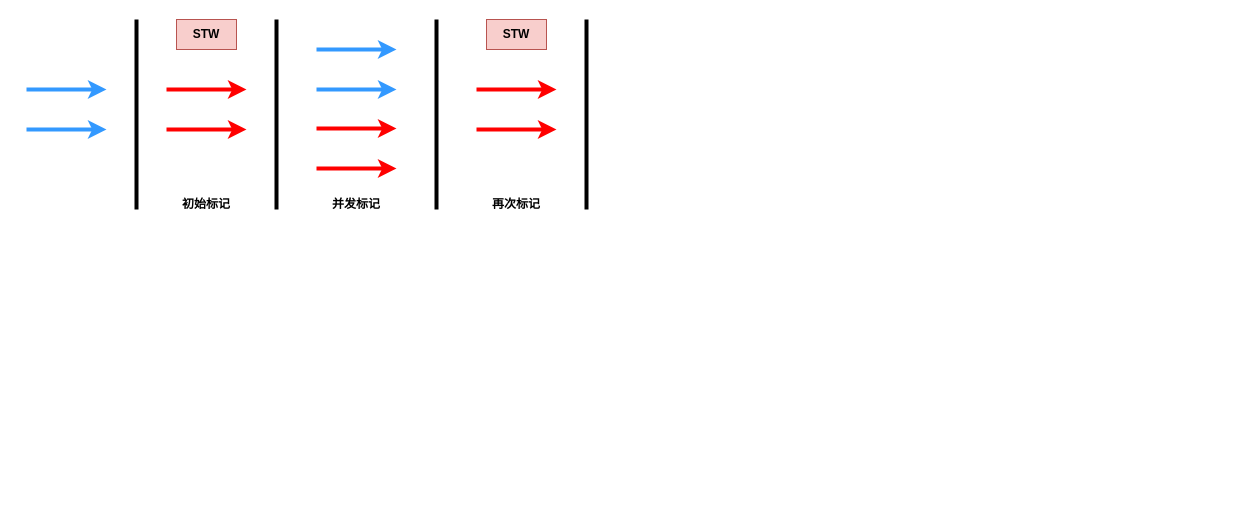
The draw.io diagram jvm/ZGC.drawio in thebesteric/draw.io, before the edit. Source tidied: cells renumbered, new cells numbered last; positions are measured from the earlier drawing's top-left corner, leaving out a move shared by most shapes. Both pictures are drawn from the tidied source at 100%, with x=0, y=0 at pixel (26, 19).
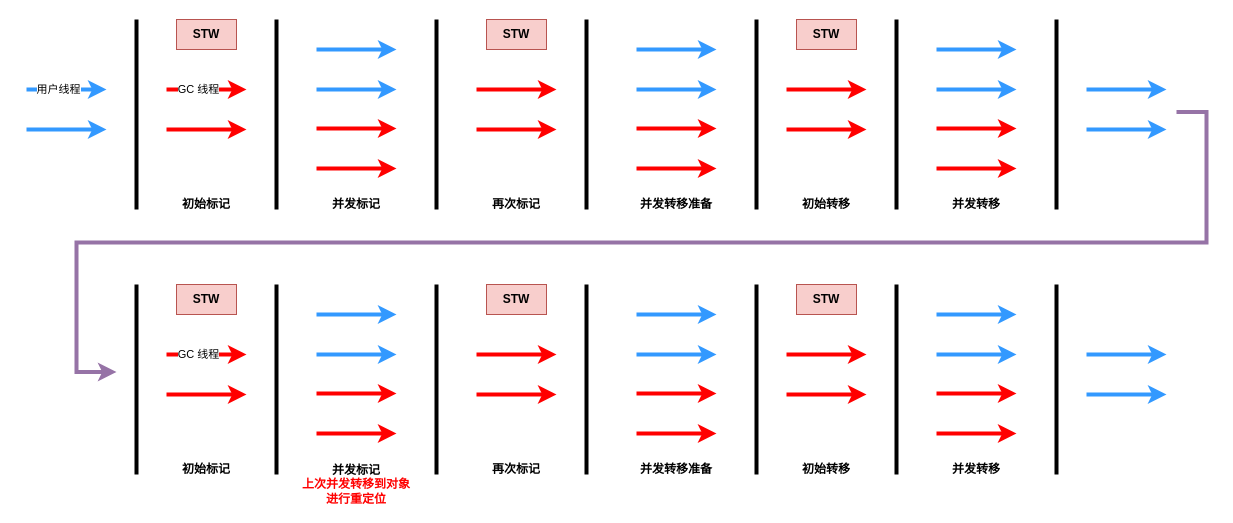
The same diagram, later.

The change refers to these unchanged cells:
```xml
<mxCell id="2" style="endArrow=classic;html=1;rounded=0;fontColor=#3399FF;strokeWidth=4;strokeColor=#3399FF;" parent="1" edge="1">
  <mxGeometry relative="1" as="geometry">
    <mxPoint y="70" as="sourcePoint" />
    <mxPoint x="80" y="70" as="targetPoint" />
  </mxGeometry>
</mxCell>
<mxCell id="5" style="endArrow=classic;html=1;rounded=0;fontColor=#3399FF;strokeWidth=4;strokeColor=#FF0000;" parent="1" edge="1">
  <mxGeometry relative="1" as="geometry">
    <mxPoint x="140" y="70" as="sourcePoint" />
    <mxPoint x="220" y="70" as="targetPoint" />
  </mxGeometry>
</mxCell>
```

Diff of the diagram source:
```diff
@@
+    <mxCell id="21" value="用户线程" style="edgeLabel;html=1;align=center;verticalAlign=middle;fontColor=#000000;" parent="2" vertex="1">
+      <mxGeometry x="-0.33" relative="1" as="geometry">
+        <mxPoint x="4" y="-1" as="offset" />
+      </mxGeometry>
+    </mxCell>
@@
+    <mxCell id="22" value="GC 线程" style="edgeLabel;html=1;align=center;verticalAlign=middle;fontColor=#000000;" parent="5" vertex="1">
+      <mxGeometry x="-0.17" y="-2" relative="1" as="geometry">
+        <mxPoint x="-2" y="-3" as="offset" />
+      </mxGeometry>
+    </mxCell>
@@
+    <mxCell id="23" style="edgeStyle=orthogonalEdgeStyle;rounded=0;orthogonalLoop=1;jettySize=auto;html=1;fontColor=#FF0000;strokeColor=#9673a6;strokeWidth=4;entryX=0;entryY=0.5;entryDx=0;entryDy=0;exitX=1;exitY=0.5;exitDx=0;exitDy=0;fillColor=#e1d5e7;" parent="1" edge="1">
+      <mxGeometry relative="1" as="geometry">
+        <mxPoint x="1150" y="92.5" as="sourcePoint" />
+        <mxPoint x="90" y="352.5" as="targetPoint" />
+        <Array as="points">
+          <mxPoint x="1180" y="93" />
+          <mxPoint x="1180" y="223" />
+          <mxPoint x="50" y="223" />
+          <mxPoint x="50" y="353" />
+        </Array>
+      </mxGeometry>
+    </mxCell>
@@
+    <mxCell id="24" style="endArrow=classic;html=1;rounded=0;fontColor=#3399FF;strokeWidth=4;strokeColor=#3399FF;" parent="1" edge="1">
+      <mxGeometry relative="1" as="geometry">
+        <mxPoint x="610" y="30" as="sourcePoint" />
+        <mxPoint x="690" y="30" as="targetPoint" />
+      </mxGeometry>
+    </mxCell>
+    <mxCell id="25" style="endArrow=classic;html=1;rounded=0;fontColor=#3399FF;strokeWidth=4;strokeColor=#3399FF;" parent="1" edge="1">
+      <mxGeometry relative="1" as="geometry">
+        <mxPoint x="610" y="70" as="sourcePoint" />
+        <mxPoint x="690" y="70" as="targetPoint" />
+      </mxGeometry>
+    </mxCell>
+    <mxCell id="26" style="endArrow=classic;html=1;rounded=0;fontColor=#3399FF;strokeWidth=4;strokeColor=#FF0000;" parent="1" edge="1">
+      <mxGeometry relative="1" as="geometry">
+        <mxPoint x="610" y="109" as="sourcePoint" />
+        <mxPoint x="690" y="109" as="targetPoint" />
+      </mxGeometry>
+    </mxCell>
+    <mxCell id="27" style="endArrow=classic;html=1;rounded=0;fontColor=#3399FF;strokeWidth=4;strokeColor=#FF0000;" parent="1" edge="1">
+      <mxGeometry relative="1" as="geometry">
+        <mxPoint x="610" y="149" as="sourcePoint" />
+        <mxPoint x="690" y="149" as="targetPoint" />
+      </mxGeometry>
+    </mxCell>
+    <mxCell id="28" style="endArrow=none;html=1;rounded=0;fontColor=#3399FF;strokeColor=#000000;strokeWidth=4;" parent="1" edge="1">
+      <mxGeometry relative="1" as="geometry">
+        <mxPoint x="730" y="190" as="sourcePoint" />
+        <mxPoint x="730" as="targetPoint" />
+      </mxGeometry>
+    </mxCell>
+    <mxCell id="29" value="并发转移准备" style="text;html=1;strokeColor=none;fillColor=none;align=center;verticalAlign=middle;whiteSpace=wrap;rounded=0;fontColor=#000000;fontStyle=1;" parent="1" vertex="1">
+      <mxGeometry x="610" y="170" width="80" height="30" as="geometry" />
+    </mxCell>
+    <mxCell id="30" style="endArrow=classic;html=1;rounded=0;fontColor=#3399FF;strokeWidth=4;strokeColor=#FF0000;" parent="1" edge="1">
+      <mxGeometry relative="1" as="geometry">
+        <mxPoint x="760" y="70" as="sourcePoint" />
+        <mxPoint x="840" y="70" as="targetPoint" />
+      </mxGeometry>
+    </mxCell>
+    <mxCell id="31" style="endArrow=classic;html=1;rounded=0;fontColor=#3399FF;strokeWidth=4;strokeColor=#FF0000;" parent="1" edge="1">
+      <mxGeometry relative="1" as="geometry">
+        <mxPoint x="760" y="110" as="sourcePoint" />
+        <mxPoint x="840" y="110" as="targetPoint" />
+      </mxGeometry>
+    </mxCell>
+    <mxCell id="32" style="endArrow=none;html=1;rounded=0;fontColor=#3399FF;strokeColor=#000000;strokeWidth=4;" parent="1" edge="1">
+      <mxGeometry relative="1" as="geometry">
+        <mxPoint x="870" y="190" as="sourcePoint" />
+        <mxPoint x="870" as="targetPoint" />
+      </mxGeometry>
+    </mxCell>
+    <mxCell id="33" value="初始转移" style="text;html=1;strokeColor=none;fillColor=none;align=center;verticalAlign=middle;whiteSpace=wrap;rounded=0;fontColor=#000000;fontStyle=1;" parent="1" vertex="1">
+      <mxGeometry x="770" y="170" width="60" height="30" as="geometry" />
+    </mxCell>
+    <mxCell id="34" value="STW" style="text;html=1;strokeColor=#b85450;fillColor=#f8cecc;align=center;verticalAlign=middle;whiteSpace=wrap;rounded=0;fontStyle=1;" parent="1" vertex="1">
+      <mxGeometry x="770" width="60" height="30" as="geometry" />
+    </mxCell>
+    <mxCell id="35" style="endArrow=classic;html=1;rounded=0;fontColor=#3399FF;strokeWidth=4;strokeColor=#3399FF;" parent="1" edge="1">
+      <mxGeometry relative="1" as="geometry">
+        <mxPoint x="910" y="30" as="sourcePoint" />
+        <mxPoint x="990" y="30" as="targetPoint" />
+      </mxGeometry>
+    </mxCell>
+    <mxCell id="36" style="endArrow=classic;html=1;rounded=0;fontColor=#3399FF;strokeWidth=4;strokeColor=#3399FF;" parent="1" edge="1">
+      <mxGeometry relative="1" as="geometry">
+        <mxPoint x="910" y="70" as="sourcePoint" />
+        <mxPoint x="990" y="70" as="targetPoint" />
+      </mxGeometry>
+    </mxCell>
+    <mxCell id="37" style="endArrow=classic;html=1;rounded=0;fontColor=#3399FF;strokeWidth=4;strokeColor=#FF0000;" parent="1" edge="1">
+      <mxGeometry relative="1" as="geometry">
+        <mxPoint x="910" y="109" as="sourcePoint" />
+        <mxPoint x="990" y="109" as="targetPoint" />
+      </mxGeometry>
+    </mxCell>
+    <mxCell id="38" style="endArrow=classic;html=1;rounded=0;fontColor=#3399FF;strokeWidth=4;strokeColor=#FF0000;" parent="1" edge="1">
+      <mxGeometry relative="1" as="geometry">
+        <mxPoint x="910" y="149" as="sourcePoint" />
+        <mxPoint x="990" y="149" as="targetPoint" />
+      </mxGeometry>
+    </mxCell>
+    <mxCell id="39" style="endArrow=none;html=1;rounded=0;fontColor=#3399FF;strokeColor=#000000;strokeWidth=4;" parent="1" edge="1">
+      <mxGeometry relative="1" as="geometry">
+        <mxPoint x="1030" y="190" as="sourcePoint" />
+        <mxPoint x="1030" as="targetPoint" />
+      </mxGeometry>
+    </mxCell>
+    <mxCell id="40" value="并发转移" style="text;html=1;strokeColor=none;fillColor=none;align=center;verticalAlign=middle;whiteSpace=wrap;rounded=0;fontColor=#000000;fontStyle=1;" parent="1" vertex="1">
+      <mxGeometry x="910" y="170" width="80" height="30" as="geometry" />
+    </mxCell>
+    <mxCell id="41" style="endArrow=classic;html=1;rounded=0;fontColor=#3399FF;strokeWidth=4;strokeColor=#3399FF;" parent="1" edge="1">
+      <mxGeometry relative="1" as="geometry">
+        <mxPoint x="1060" y="70" as="sourcePoint" />
+        <mxPoint x="1140" y="70" as="targetPoint" />
+      </mxGeometry>
+    </mxCell>
+    <mxCell id="42" style="endArrow=classic;html=1;rounded=0;fontColor=#3399FF;strokeWidth=4;strokeColor=#3399FF;" parent="1" edge="1">
+      <mxGeometry relative="1" as="geometry">
+        <mxPoint x="1060" y="110" as="sourcePoint" />
+        <mxPoint x="1140" y="110" as="targetPoint" />
+      </mxGeometry>
+    </mxCell>
+    <mxCell id="43" style="endArrow=none;html=1;rounded=0;fontColor=#3399FF;strokeColor=#000000;strokeWidth=4;" parent="1" edge="1">
+      <mxGeometry relative="1" as="geometry">
+        <mxPoint x="110" y="455" as="sourcePoint" />
+        <mxPoint x="110" y="265" as="targetPoint" />
+      </mxGeometry>
+    </mxCell>
+    <mxCell id="44" style="endArrow=classic;html=1;rounded=0;fontColor=#3399FF;strokeWidth=4;strokeColor=#FF0000;" parent="1" edge="1">
+      <mxGeometry relative="1" as="geometry">
+        <mxPoint x="140" y="335" as="sourcePoint" />
+        <mxPoint x="220" y="335" as="targetPoint" />
+      </mxGeometry>
+    </mxCell>
+    <mxCell id="45" value="GC 线程" style="edgeLabel;html=1;align=center;verticalAlign=middle;fontColor=#000000;" parent="44" vertex="1">
+      <mxGeometry x="-0.17" y="-2" relative="1" as="geometry">
+        <mxPoint x="-2" y="-3" as="offset" />
+      </mxGeometry>
+    </mxCell>
+    <mxCell id="46" style="endArrow=classic;html=1;rounded=0;fontColor=#3399FF;strokeWidth=4;strokeColor=#FF0000;" parent="1" edge="1">
+      <mxGeometry relative="1" as="geometry">
+        <mxPoint x="140" y="375" as="sourcePoint" />
+        <mxPoint x="220" y="375" as="targetPoint" />
+      </mxGeometry>
+    </mxCell>
+    <mxCell id="47" style="endArrow=none;html=1;rounded=0;fontColor=#3399FF;strokeColor=#000000;strokeWidth=4;" parent="1" edge="1">
+      <mxGeometry relative="1" as="geometry">
+        <mxPoint x="250" y="455" as="sourcePoint" />
+        <mxPoint x="250" y="265" as="targetPoint" />
+      </mxGeometry>
+    </mxCell>
+    <mxCell id="48" value="初始标记" style="text;html=1;strokeColor=none;fillColor=none;align=center;verticalAlign=middle;whiteSpace=wrap;rounded=0;fontColor=#000000;fontStyle=1;" parent="1" vertex="1">
+      <mxGeometry x="150" y="435" width="60" height="30" as="geometry" />
+    </mxCell>
+    <mxCell id="49" value="STW" style="text;html=1;strokeColor=#b85450;fillColor=#f8cecc;align=center;verticalAlign=middle;whiteSpace=wrap;rounded=0;fontStyle=1;" parent="1" vertex="1">
+      <mxGeometry x="150" y="265" width="60" height="30" as="geometry" />
+    </mxCell>
+    <mxCell id="50" style="endArrow=classic;html=1;rounded=0;fontColor=#3399FF;strokeWidth=4;strokeColor=#3399FF;" parent="1" edge="1">
+      <mxGeometry relative="1" as="geometry">
+        <mxPoint x="290" y="295" as="sourcePoint" />
+        <mxPoint x="370" y="295" as="targetPoint" />
+      </mxGeometry>
+    </mxCell>
+    <mxCell id="51" style="endArrow=classic;html=1;rounded=0;fontColor=#3399FF;strokeWidth=4;strokeColor=#3399FF;" parent="1" edge="1">
+      <mxGeometry relative="1" as="geometry">
+        <mxPoint x="290" y="335" as="sourcePoint" />
+        <mxPoint x="370" y="335" as="targetPoint" />
+      </mxGeometry>
+    </mxCell>
+    <mxCell id="52" style="endArrow=classic;html=1;rounded=0;fontColor=#3399FF;strokeWidth=4;strokeColor=#FF0000;" parent="1" edge="1">
+      <mxGeometry relative="1" as="geometry">
+        <mxPoint x="290" y="374" as="sourcePoint" />
+        <mxPoint x="370" y="374" as="targetPoint" />
+      </mxGeometry>
+    </mxCell>
+    <mxCell id="53" style="endArrow=classic;html=1;rounded=0;fontColor=#3399FF;strokeWidth=4;strokeColor=#FF0000;" parent="1" edge="1">
+      <mxGeometry relative="1" as="geometry">
+        <mxPoint x="290" y="414" as="sourcePoint" />
+        <mxPoint x="370" y="414" as="targetPoint" />
+      </mxGeometry>
+    </mxCell>
+    <mxCell id="54" style="endArrow=none;html=1;rounded=0;fontColor=#3399FF;strokeColor=#000000;strokeWidth=4;" parent="1" edge="1">
+      <mxGeometry relative="1" as="geometry">
+        <mxPoint x="410" y="455" as="sourcePoint" />
+        <mxPoint x="410" y="265" as="targetPoint" />
+      </mxGeometry>
+    </mxCell>
+    <mxCell id="55" value="并发标记&lt;br&gt;&lt;font color=&quot;#ff0000&quot;&gt;上次并发转移到对象&lt;br&gt;进行重定位&lt;/font&gt;" style="text;html=1;strokeColor=none;fillColor=none;align=center;verticalAlign=middle;whiteSpace=wrap;rounded=0;fontColor=#000000;fontStyle=1;" parent="1" vertex="1">
+      <mxGeometry x="240" y="450" width="180" height="30" as="geometry" />
+    </mxCell>
+    <mxCell id="56" style="endArrow=classic;html=1;rounded=0;fontColor=#3399FF;strokeWidth=4;strokeColor=#FF0000;" parent="1" edge="1">
+      <mxGeometry relative="1" as="geometry">
+        <mxPoint x="450" y="335" as="sourcePoint" />
+        <mxPoint x="530" y="335" as="targetPoint" />
+      </mxGeometry>
+    </mxCell>
+    <mxCell id="57" style="endArrow=classic;html=1;rounded=0;fontColor=#3399FF;strokeWidth=4;strokeColor=#FF0000;" parent="1" edge="1">
+      <mxGeometry relative="1" as="geometry">
+        <mxPoint x="450" y="375" as="sourcePoint" />
+        <mxPoint x="530" y="375" as="targetPoint" />
+      </mxGeometry>
+    </mxCell>
+    <mxCell id="58" style="endArrow=none;html=1;rounded=0;fontColor=#3399FF;strokeColor=#000000;strokeWidth=4;" parent="1" edge="1">
+      <mxGeometry relative="1" as="geometry">
+        <mxPoint x="560" y="455" as="sourcePoint" />
+        <mxPoint x="560" y="265" as="targetPoint" />
+      </mxGeometry>
+    </mxCell>
+    <mxCell id="59" value="再次标记" style="text;html=1;strokeColor=none;fillColor=none;align=center;verticalAlign=middle;whiteSpace=wrap;rounded=0;fontColor=#000000;fontStyle=1;" parent="1" vertex="1">
+      <mxGeometry x="460" y="435" width="60" height="30" as="geometry" />
+    </mxCell>
+    <mxCell id="60" value="STW" style="text;html=1;strokeColor=#b85450;fillColor=#f8cecc;align=center;verticalAlign=middle;whiteSpace=wrap;rounded=0;fontStyle=1;" parent="1" vertex="1">
+      <mxGeometry x="460" y="265" width="60" height="30" as="geometry" />
+    </mxCell>
+    <mxCell id="61" style="endArrow=classic;html=1;rounded=0;fontColor=#3399FF;strokeWidth=4;strokeColor=#3399FF;" parent="1" edge="1">
+      <mxGeometry relative="1" as="geometry">
+        <mxPoint x="610" y="295" as="sourcePoint" />
+        <mxPoint x="690" y="295" as="targetPoint" />
+      </mxGeometry>
+    </mxCell>
+    <mxCell id="62" style="endArrow=classic;html=1;rounded=0;fontColor=#3399FF;strokeWidth=4;strokeColor=#3399FF;" parent="1" edge="1">
+      <mxGeometry relative="1" as="geometry">
+        <mxPoint x="610" y="335" as="sourcePoint" />
+        <mxPoint x="690" y="335" as="targetPoint" />
+      </mxGeometry>
+    </mxCell>
+    <mxCell id="63" style="endArrow=classic;html=1;rounded=0;fontColor=#3399FF;strokeWidth=4;strokeColor=#FF0000;" parent="1" edge="1">
+      <mxGeometry relative="1" as="geometry">
+        <mxPoint x="610" y="374" as="sourcePoint" />
+        <mxPoint x="690" y="374" as="targetPoint" />
+      </mxGeometry>
+    </mxCell>
+    <mxCell id="64" style="endArrow=classic;html=1;rounded=0;fontColor=#3399FF;strokeWidth=4;strokeColor=#FF0000;" parent="1" edge="1">
+      <mxGeometry relative="1" as="geometry">
+        <mxPoint x="610" y="414" as="sourcePoint" />
+        <mxPoint x="690" y="414" as="targetPoint" />
+      </mxGeometry>
+    </mxCell>
+    <mxCell id="65" style="endArrow=none;html=1;rounded=0;fontColor=#3399FF;strokeColor=#000000;strokeWidth=4;" parent="1" edge="1">
+      <mxGeometry relative="1" as="geometry">
+        <mxPoint x="730" y="455" as="sourcePoint" />
+        <mxPoint x="730" y="265" as="targetPoint" />
+      </mxGeometry>
+    </mxCell>
+    <mxCell id="66" value="并发转移准备" style="text;html=1;strokeColor=none;fillColor=none;align=center;verticalAlign=middle;whiteSpace=wrap;rounded=0;fontColor=#000000;fontStyle=1;" parent="1" vertex="1">
+      <mxGeometry x="610" y="435" width="80" height="30" as="geometry" />
+    </mxCell>
+    <mxCell id="67" style="endArrow=classic;html=1;rounded=0;fontColor=#3399FF;strokeWidth=4;strokeColor=#FF0000;" parent="1" edge="1">
+      <mxGeometry relative="1" as="geometry">
+        <mxPoint x="760" y="335" as="sourcePoint" />
+        <mxPoint x="840" y="335" as="targetPoint" />
+      </mxGeometry>
+    </mxCell>
+    <mxCell id="68" style="endArrow=classic;html=1;rounded=0;fontColor=#3399FF;strokeWidth=4;strokeColor=#FF0000;" parent="1" edge="1">
+      <mxGeometry relative="1" as="geometry">
+        <mxPoint x="760" y="375" as="sourcePoint" />
+        <mxPoint x="840" y="375" as="targetPoint" />
+      </mxGeometry>
+    </mxCell>
+    <mxCell id="69" style="endArrow=none;html=1;rounded=0;fontColor=#3399FF;strokeColor=#000000;strokeWidth=4;" parent="1" edge="1">
+      <mxGeometry relative="1" as="geometry">
+        <mxPoint x="870" y="455" as="sourcePoint" />
+        <mxPoint x="870" y="265" as="targetPoint" />
+      </mxGeometry>
+    </mxCell>
+    <mxCell id="70" value="初始转移" style="text;html=1;strokeColor=none;fillColor=none;align=center;verticalAlign=middle;whiteSpace=wrap;rounded=0;fontColor=#000000;fontStyle=1;" parent="1" vertex="1">
+      <mxGeometry x="770" y="435" width="60" height="30" as="geometry" />
+    </mxCell>
+    <mxCell id="71" value="STW" style="text;html=1;strokeColor=#b85450;fillColor=#f8cecc;align=center;verticalAlign=middle;whiteSpace=wrap;rounded=0;fontStyle=1;" parent="1" vertex="1">
+      <mxGeometry x="770" y="265" width="60" height="30" as="geometry" />
+    </mxCell>
+    <mxCell id="72" style="endArrow=classic;html=1;rounded=0;fontColor=#3399FF;strokeWidth=4;strokeColor=#3399FF;" parent="1" edge="1">
+      <mxGeometry relative="1" as="geometry">
+        <mxPoint x="910" y="295" as="sourcePoint" />
+        <mxPoint x="990" y="295" as="targetPoint" />
+      </mxGeometry>
+    </mxCell>
+    <mxCell id="73" style="endArrow=classic;html=1;rounded=0;fontColor=#3399FF;strokeWidth=4;strokeColor=#3399FF;" parent="1" edge="1">
+      <mxGeometry relative="1" as="geometry">
+        <mxPoint x="910" y="335" as="sourcePoint" />
+        <mxPoint x="990" y="335" as="targetPoint" />
+      </mxGeometry>
+    </mxCell>
+    <mxCell id="74" style="endArrow=classic;html=1;rounded=0;fontColor=#3399FF;strokeWidth=4;strokeColor=#FF0000;" parent="1" edge="1">
+      <mxGeometry relative="1" as="geometry">
+        <mxPoint x="910" y="374" as="sourcePoint" />
+        <mxPoint x="990" y="374" as="targetPoint" />
+      </mxGeometry>
+    </mxCell>
+    <mxCell id="75" style="endArrow=classic;html=1;rounded=0;fontColor=#3399FF;strokeWidth=4;strokeColor=#FF0000;" parent="1" edge="1">
+      <mxGeometry relative="1" as="geometry">
+        <mxPoint x="910" y="414" as="sourcePoint" />
+        <mxPoint x="990" y="414" as="targetPoint" />
+      </mxGeometry>
+    </mxCell>
+    <mxCell id="76" style="endArrow=none;html=1;rounded=0;fontColor=#3399FF;strokeColor=#000000;strokeWidth=4;" parent="1" edge="1">
+      <mxGeometry relative="1" as="geometry">
+        <mxPoint x="1030" y="455" as="sourcePoint" />
+        <mxPoint x="1030" y="265" as="targetPoint" />
+      </mxGeometry>
+    </mxCell>
+    <mxCell id="77" value="并发转移" style="text;html=1;strokeColor=none;fillColor=none;align=center;verticalAlign=middle;whiteSpace=wrap;rounded=0;fontColor=#000000;fontStyle=1;" parent="1" vertex="1">
+      <mxGeometry x="910" y="435" width="80" height="30" as="geometry" />
+    </mxCell>
+    <mxCell id="78" style="endArrow=classic;html=1;rounded=0;fontColor=#3399FF;strokeWidth=4;strokeColor=#3399FF;" parent="1" edge="1">
+      <mxGeometry relative="1" as="geometry">
+        <mxPoint x="1060" y="335" as="sourcePoint" />
+        <mxPoint x="1140" y="335" as="targetPoint" />
+      </mxGeometry>
+    </mxCell>
+    <mxCell id="79" style="endArrow=classic;html=1;rounded=0;fontColor=#3399FF;strokeWidth=4;strokeColor=#3399FF;" parent="1" edge="1">
+      <mxGeometry relative="1" as="geometry">
+        <mxPoint x="1060" y="375" as="sourcePoint" />
+        <mxPoint x="1140" y="375" as="targetPoint" />
+      </mxGeometry>
+    </mxCell>
```
